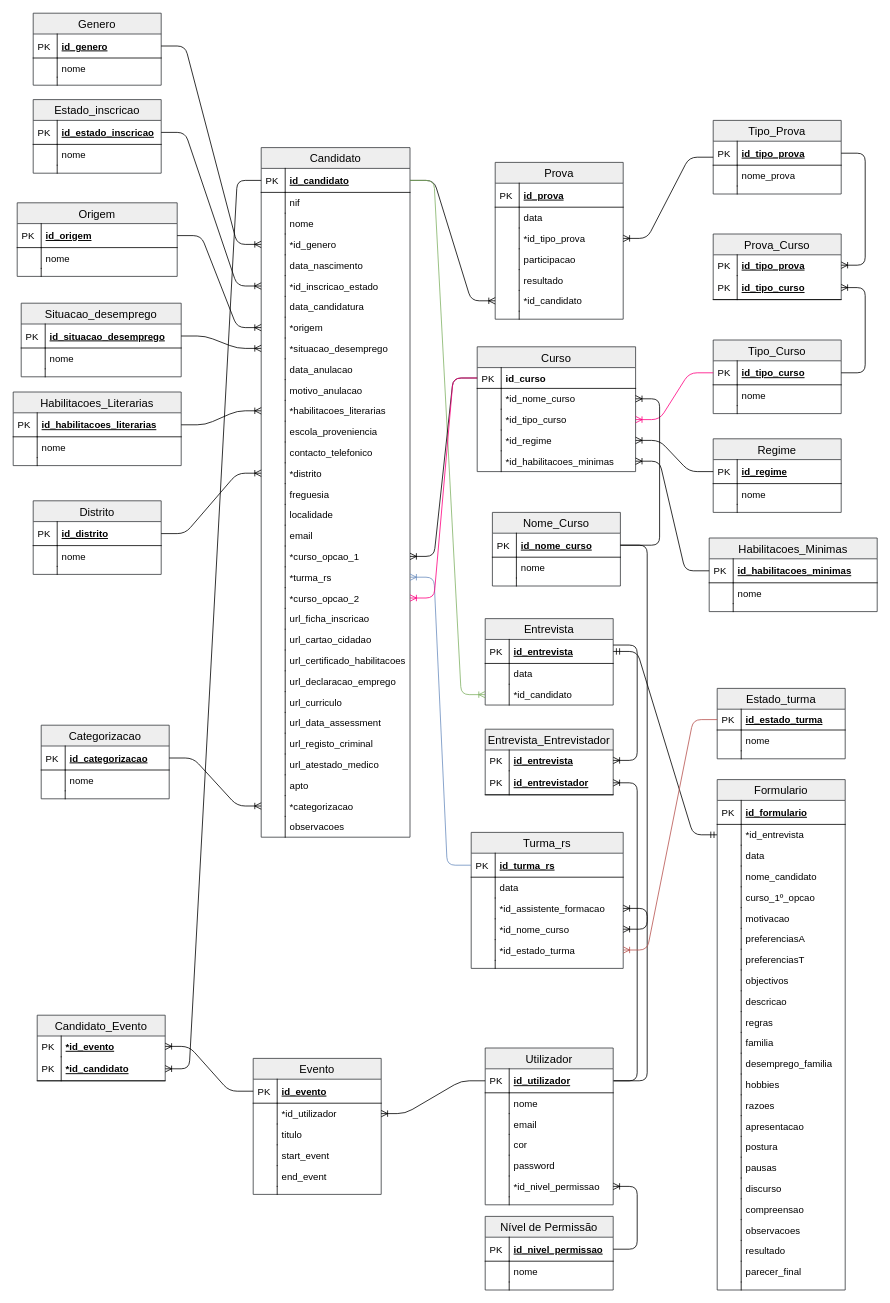
Above: projeto/Docs/Modelo de dados.drawio in blestonbandeira/grs (draw.io), before the change. Source tidied: cells renumbered, new cells numbered last; positions are measured from the earlier drawing's top-left corner, leaving out a move shared by most shapes. Both pictures are drawn from the tidied source at 80%, with x=0, y=0 at pixel (13, 13).
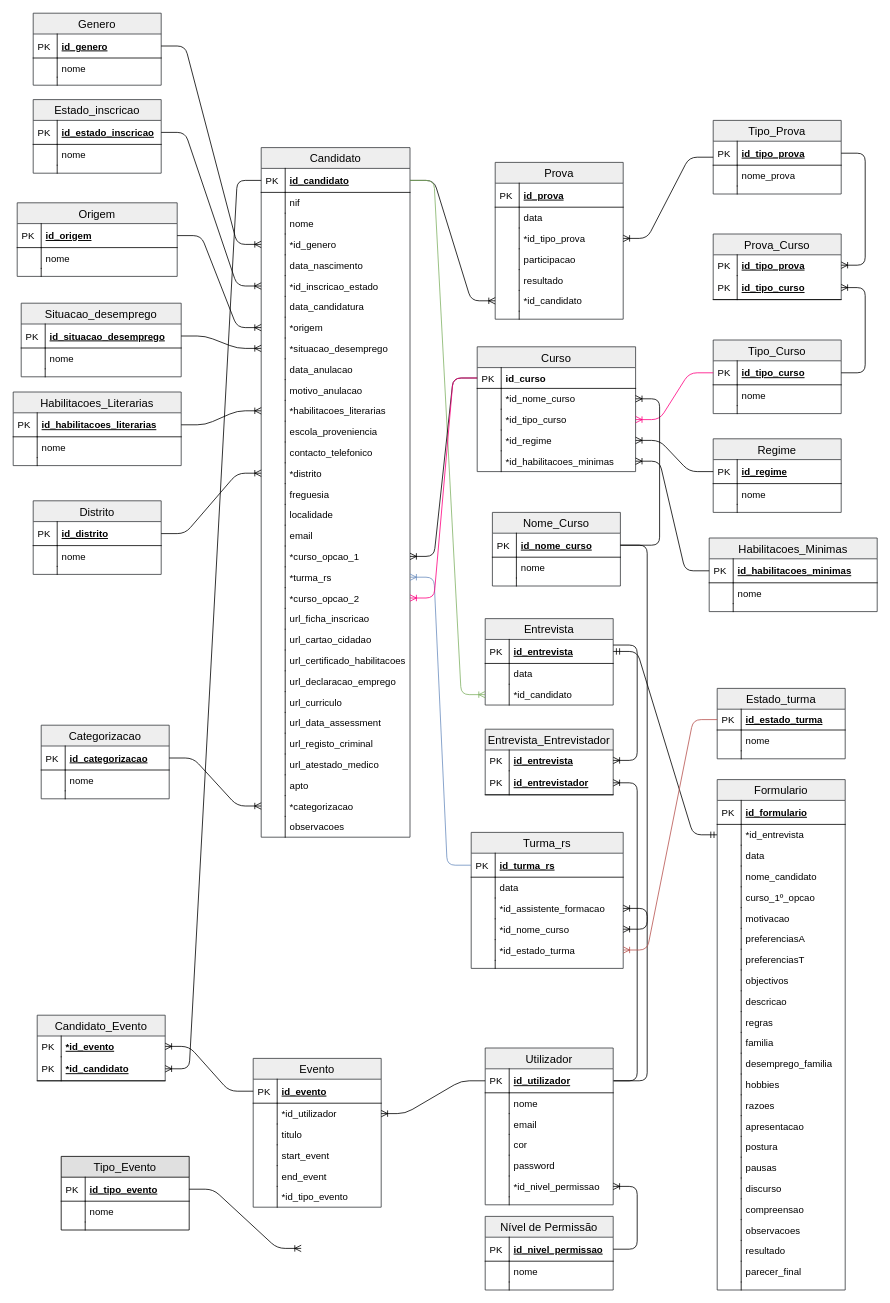
The same page after the edit.

Diff of the diagram source:
```diff
@@
     <mxCell id="270" value="Evento" style="swimlane;fontStyle=0;horizontal=1;startSize=26;fillColor=#eeeeee;swimlaneFillColor=#ffffff;align=center;fontSize=14;strokeColor=#36393d;" parent="1" vertex="1">
-      <mxGeometry x="300" y="1306.5" width="160" height="170" as="geometry" />
+      <mxGeometry x="300" y="1306.5" width="160" height="186" as="geometry" />
     </mxCell>
@@
-    <mxCell id="281" style="shape=partialRectangle;top=0;left=0;right=0;bottom=0;align=left;verticalAlign=top;fillColor=none;spacingLeft=34;spacingRight=4;overflow=hidden;fontSize=12;" parent="270" vertex="1">
-      <mxGeometry y="160" width="160" height="10" as="geometry" />
-    </mxCell>
-    <mxCell id="282" style="shape=partialRectangle;top=0;left=0;bottom=0;fillColor=none;align=left;verticalAlign=top;spacingLeft=4;spacingRight=4;overflow=hidden;fontSize=12;" parent="281" vertex="1">
-      <mxGeometry width="30" height="10" as="geometry" />
-    </mxCell>
+    <mxCell id="332" value="*id_tipo_evento" style="shape=partialRectangle;top=0;left=0;right=0;bottom=0;align=left;verticalAlign=top;fillColor=none;spacingLeft=34;spacingRight=4;overflow=hidden;fontSize=12;" parent="270" vertex="1">
+      <mxGeometry y="160" width="160" height="26" as="geometry" />
+    </mxCell>
+    <mxCell id="333" style="shape=partialRectangle;top=0;left=0;bottom=0;fillColor=none;align=left;verticalAlign=top;spacingLeft=4;spacingRight=4;overflow=hidden;fontSize=12;" parent="332" vertex="1">
+      <mxGeometry width="30" height="26" as="geometry" />
+    </mxCell>
@@
+    <mxCell id="334" value="Tipo_Evento" style="swimlane;fontStyle=0;horizontal=1;startSize=26;fillColor=#e0e0e0;swimlaneFillColor=#ffffff;align=center;fontSize=14;" parent="1" vertex="1">
+      <mxGeometry x="60" y="1429" width="160" height="92" as="geometry" />
+    </mxCell>
+    <mxCell id="335" value="id_tipo_evento" style="shape=partialRectangle;top=0;left=0;right=0;bottom=1;align=left;verticalAlign=middle;fillColor=none;spacingLeft=34;spacingRight=4;overflow=hidden;points=[[0,0.5],[1,0.5]];portConstraint=eastwest;fontStyle=5;fontSize=12;" parent="334" vertex="1">
+      <mxGeometry y="26" width="160" height="30" as="geometry" />
+    </mxCell>
+    <mxCell id="336" value="PK" style="shape=partialRectangle;top=0;left=0;bottom=0;fillColor=none;align=left;verticalAlign=middle;spacingLeft=4;spacingRight=4;overflow=hidden;fontSize=12;" parent="335" vertex="1">
+      <mxGeometry width="30" height="30" as="geometry" />
+    </mxCell>
+    <mxCell id="337" value="nome" style="shape=partialRectangle;top=0;left=0;right=0;bottom=0;align=left;verticalAlign=top;fillColor=none;spacingLeft=34;spacingRight=4;overflow=hidden;fontSize=12;" parent="334" vertex="1">
+      <mxGeometry y="56" width="160" height="26" as="geometry" />
+    </mxCell>
+    <mxCell id="338" style="shape=partialRectangle;top=0;left=0;bottom=0;fillColor=none;align=left;verticalAlign=top;spacingLeft=4;spacingRight=4;overflow=hidden;fontSize=12;" parent="337" vertex="1">
+      <mxGeometry width="30" height="26" as="geometry" />
+    </mxCell>
+    <mxCell id="339" style="shape=partialRectangle;top=0;left=0;right=0;bottom=0;align=left;verticalAlign=top;fillColor=none;spacingLeft=34;spacingRight=4;overflow=hidden;fontSize=12;" parent="334" vertex="1">
+      <mxGeometry y="82" width="160" height="10" as="geometry" />
+    </mxCell>
+    <mxCell id="282" style="shape=partialRectangle;top=0;left=0;bottom=0;fillColor=none;align=left;verticalAlign=top;spacingLeft=4;spacingRight=4;overflow=hidden;fontSize=12;" parent="339" vertex="1">
+      <mxGeometry width="30" height="10" as="geometry" />
+    </mxCell>
+    <mxCell id="340" style="edgeStyle=entityRelationEdgeStyle;fontSize=12;html=1;endArrow=ERoneToMany;" parent="1" edge="1" source="335">
+      <mxGeometry relative="1" as="geometry">
+        <mxPoint x="360" y="1544" as="targetPoint" />
+      </mxGeometry>
+    </mxCell>
```
